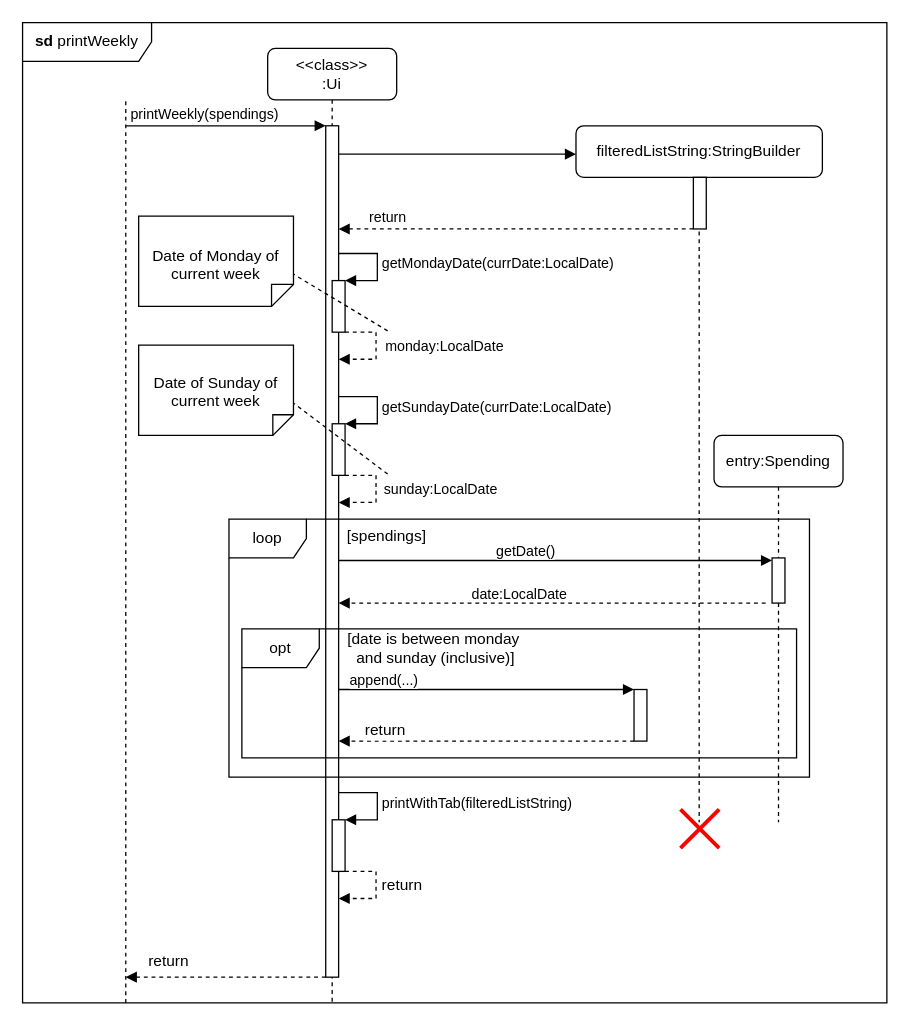
wongwh2002/CS2113TeamProject keeps this draw.io diagram as docs/Diagrams/Commands/printWeekly.drawio. Above is the earlier version. Source tidied: cells renumbered, new cells numbered last; positions are measured from the earlier drawing's top-left corner, leaving out a move shared by most shapes. Both pictures are drawn from the tidied source at 129%, with x=0, y=0 at pixel (22, 22).
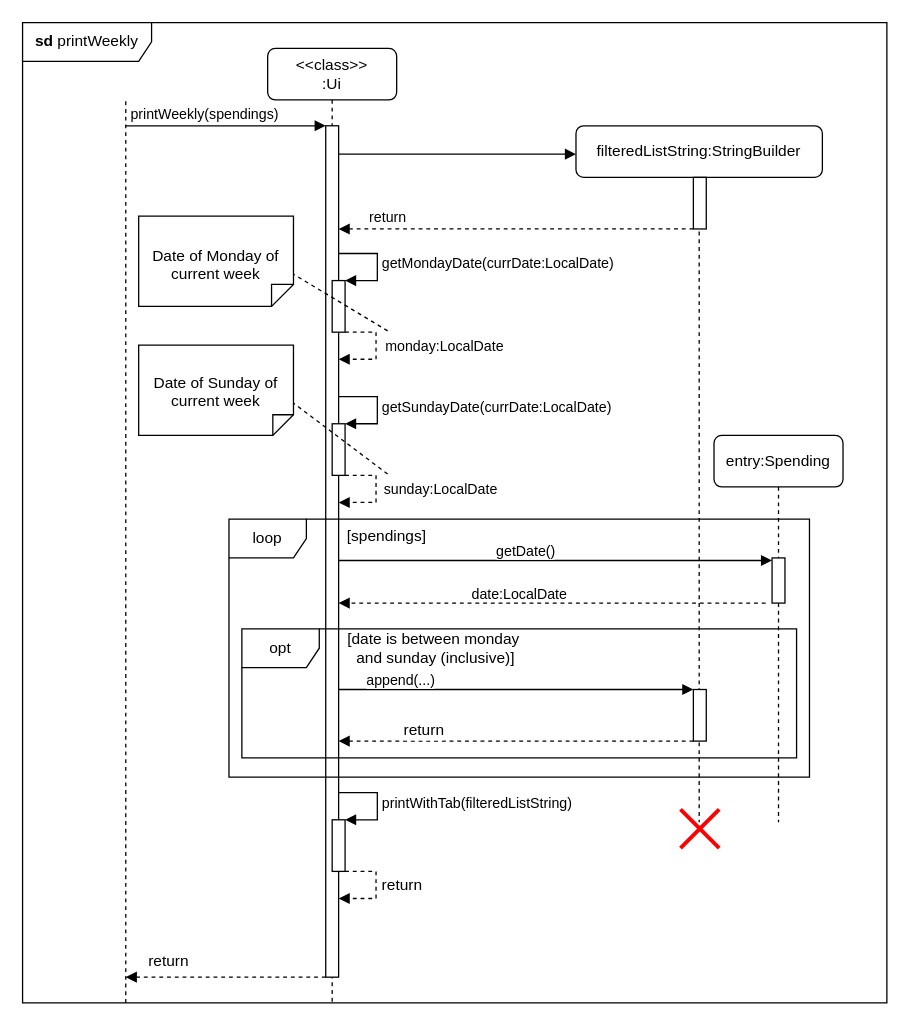
After the change.

Diff of the diagram source:
```diff
@@
     <mxCell id="38" style="html=1;points=[[0,0,0,0,5],[0,1,0,0,-5],[1,0,0,0,5],[1,1,0,0,-5]];perimeter=orthogonalPerimeter;outlineConnect=0;targetShapes=umlLifeline;portConstraint=eastwest;newEdgeStyle={&quot;curved&quot;:0,&quot;rounded&quot;:0};" parent="1" vertex="1">
-      <mxGeometry x="474" y="517" width="10" height="40" as="geometry" />
+      <mxGeometry x="520" y="517" width="10" height="40" as="geometry" />
     </mxCell>
@@
-    <mxCell id="41" style="html=1;verticalAlign=bottom;labelBackgroundColor=none;endArrow=block;endFill=1;dashed=1;rounded=0;" parent="1" edge="1">
+    <mxCell id="41" style="html=1;verticalAlign=bottom;labelBackgroundColor=none;endArrow=block;endFill=1;dashed=1;rounded=0;" parent="1" edge="1" source="38">
       <mxGeometry relative="1" as="geometry">
-        <mxPoint x="474" y="557" as="sourcePoint" />
         <mxPoint x="245" y="557" as="targetPoint" />
       </mxGeometry>
     </mxCell>
```
